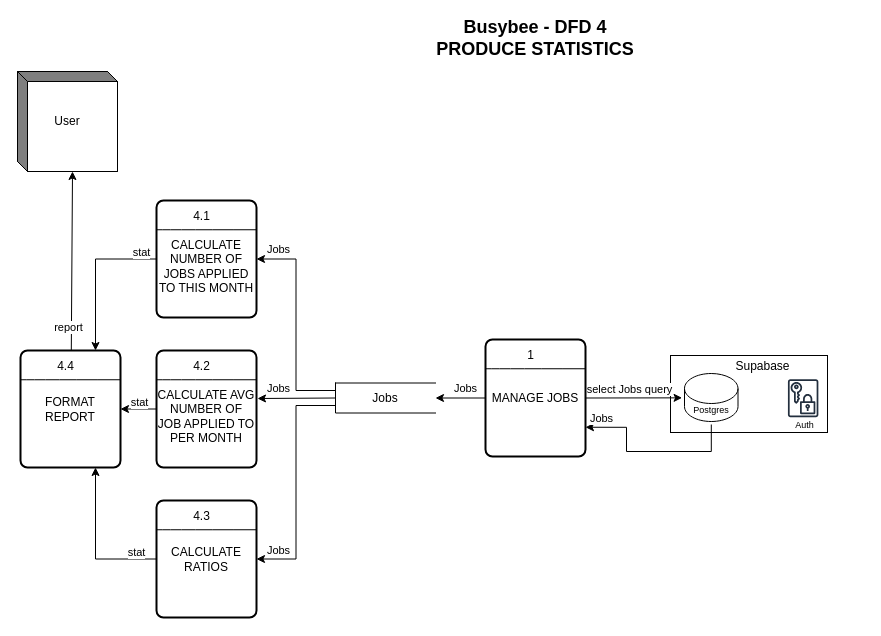
Above: page "dfd4-ProduceStatistics" (6 of 6) of Documentation/diagrams/data-flow-diagrams/data-flow-diagram.drawio in Masonluna/BusyBee (draw.io), before the change. Source tidied: cells renumbered, new cells numbered last; positions are measured from the earlier drawing's top-left corner, leaving out a move shared by most shapes. Both pictures are drawn from the tidied source at 100%, with x=0, y=0 at pixel (17, 17).
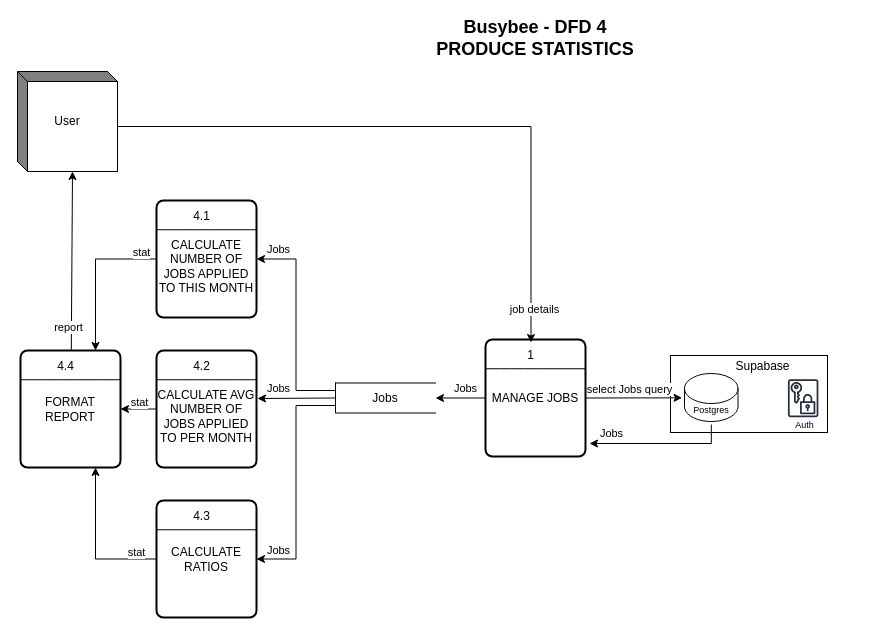
Above is the later version.

Unchanged cells that the change refers to:
```xml
<mxCell id="7" value="User" style="html=1;dashed=0;whiteSpace=wrap;shape=mxgraph.dfd.externalEntity;" parent="1" vertex="1">
  <mxGeometry y="54" width="100" height="100" as="geometry" />
</mxCell>
<mxCell id="9" value="MANAGE JOBS" style="rounded=1;whiteSpace=wrap;html=1;absoluteArcSize=1;arcSize=14;strokeWidth=2;" parent="8" vertex="1">
  <mxGeometry y="2" width="100" height="117" as="geometry" />
</mxCell>
<mxCell id="11" value="1" style="text;html=1;align=center;verticalAlign=middle;whiteSpace=wrap;rounded=0;" parent="8" vertex="1">
  <mxGeometry x="14" y="5" width="63" height="26" as="geometry" />
</mxCell>
<mxCell id="21" value="&lt;font style=&quot;font-size: 9px;&quot;&gt;Postgres&lt;/font&gt;" style="text;html=1;align=center;verticalAlign=middle;whiteSpace=wrap;rounded=0;" parent="18" vertex="1">
  <mxGeometry x="-1.2" y="32" width="60" height="30" as="geometry" />
</mxCell>
<mxCell id="31" style="group;" parent="1" vertex="1">
  <mxGeometry x="139" y="331" width="100" height="117" as="geometry" />
</mxCell>
```

The edit, as a diff of the source:
```diff
@@
-    <mxCell id="29" style="endArrow=classic;html=1;rounded=0;exitX=0.5;exitY=1;exitDx=0;exitDy=0;entryX=1;entryY=0.75;entryDx=0;entryDy=0;edgeStyle=orthogonalEdgeStyle;" parent="1" edge="1" source="21" target="9">
+    <mxCell id="29" style="endArrow=classic;html=1;rounded=0;exitX=0.5;exitY=1;exitDx=0;exitDy=0;entryX=1.04;entryY=0.889;entryDx=0;entryDy=0;edgeStyle=orthogonalEdgeStyle;entryPerimeter=0;" parent="1" edge="1" source="21" target="9">
       <mxGeometry relative="1" as="geometry">
         <Array as="points">
-          <mxPoint x="694" y="434" />
-          <mxPoint x="609" y="434" />
-          <mxPoint x="609" y="410" />
+          <mxPoint x="694" y="426" />
         </Array>
       </mxGeometry>
     </mxCell>
     <mxCell id="30" value="Jobs" style="edgeLabel;html=1;align=center;verticalAlign=middle;" parent="29" vertex="1">
       <mxGeometry x="-0.08" y="1" relative="1" as="geometry">
-        <mxPoint x="-56" y="-35" as="offset" />
+        <mxPoint x="-54" y="-12" as="offset" />
       </mxGeometry>
     </mxCell>
@@
-    <mxCell id="32" value="&lt;div&gt;&lt;br&gt;&lt;/div&gt;CALCULATE AVG NUMBER OF JOB APPLIED TO PER MONTH" style="rounded=1;whiteSpace=wrap;html=1;absoluteArcSize=1;arcSize=14;strokeWidth=2;" parent="31" vertex="1">
+    <mxCell id="32" value="&lt;div&gt;&lt;br&gt;&lt;/div&gt;CALCULATE AVG NUMBER OF JOBS APPLIED TO PER MONTH" style="rounded=1;whiteSpace=wrap;html=1;absoluteArcSize=1;arcSize=14;strokeWidth=2;" parent="31" vertex="1">
       <mxGeometry y="2" width="100" height="117" as="geometry" />
     </mxCell>
@@
+    <mxCell id="55" style="endArrow=classic;html=1;rounded=0;exitX=0;exitY=0;exitDx=100;exitDy=55;exitPerimeter=0;entryX=0.5;entryY=0;entryDx=0;entryDy=0;edgeStyle=orthogonalEdgeStyle;" parent="1" edge="1" source="7" target="11">
+      <mxGeometry relative="1" as="geometry" />
+    </mxCell>
+    <mxCell id="56" value="job details" style="edgeLabel;html=1;align=center;verticalAlign=middle;" parent="55" vertex="1">
+      <mxGeometry x="0.89" y="-2" relative="1" as="geometry">
+        <mxPoint x="5" y="1" as="offset" />
+      </mxGeometry>
+    </mxCell>
```
